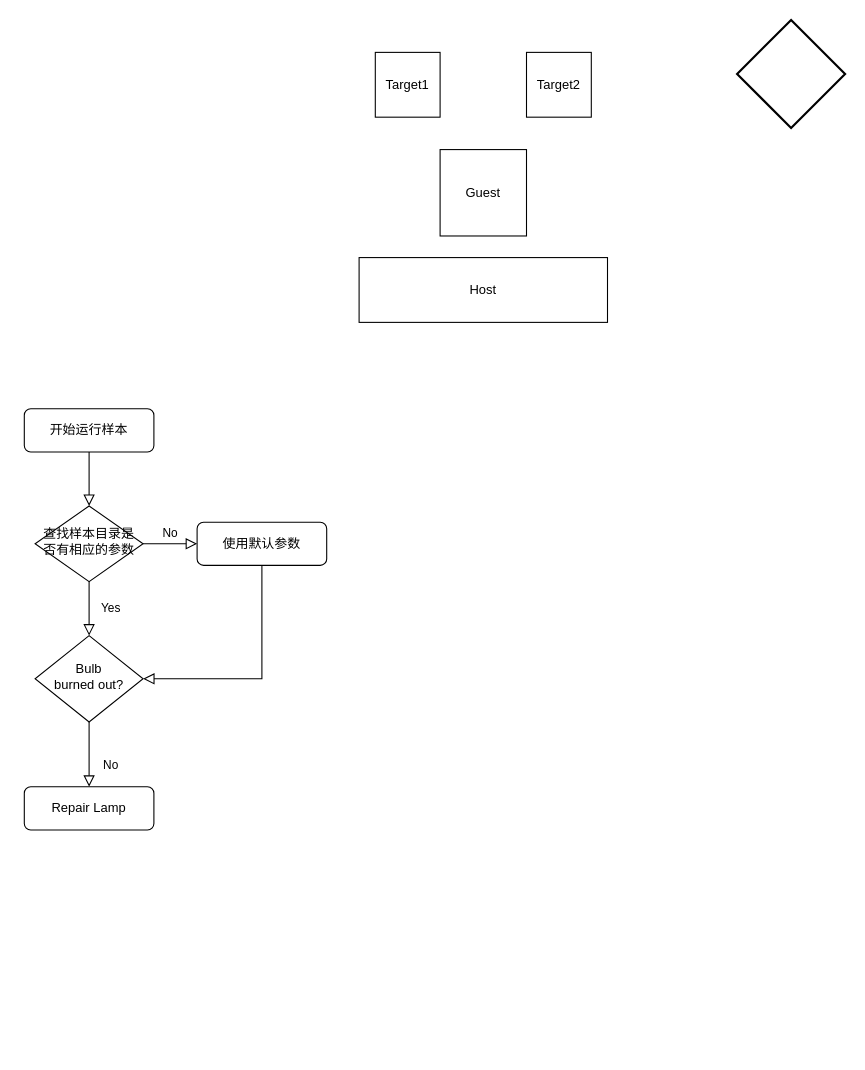
Before: page "Page-1" (1 of 2) of 未命名绘图.drawio in Amber0130/Other, a draw.io diagram. Source tidied: cells renumbered, new cells numbered last; positions are measured from the earlier drawing's top-left corner, leaving out a move shared by most shapes. Both pictures are drawn from the tidied source at 108%, with x=0, y=0 at pixel (24, 19).
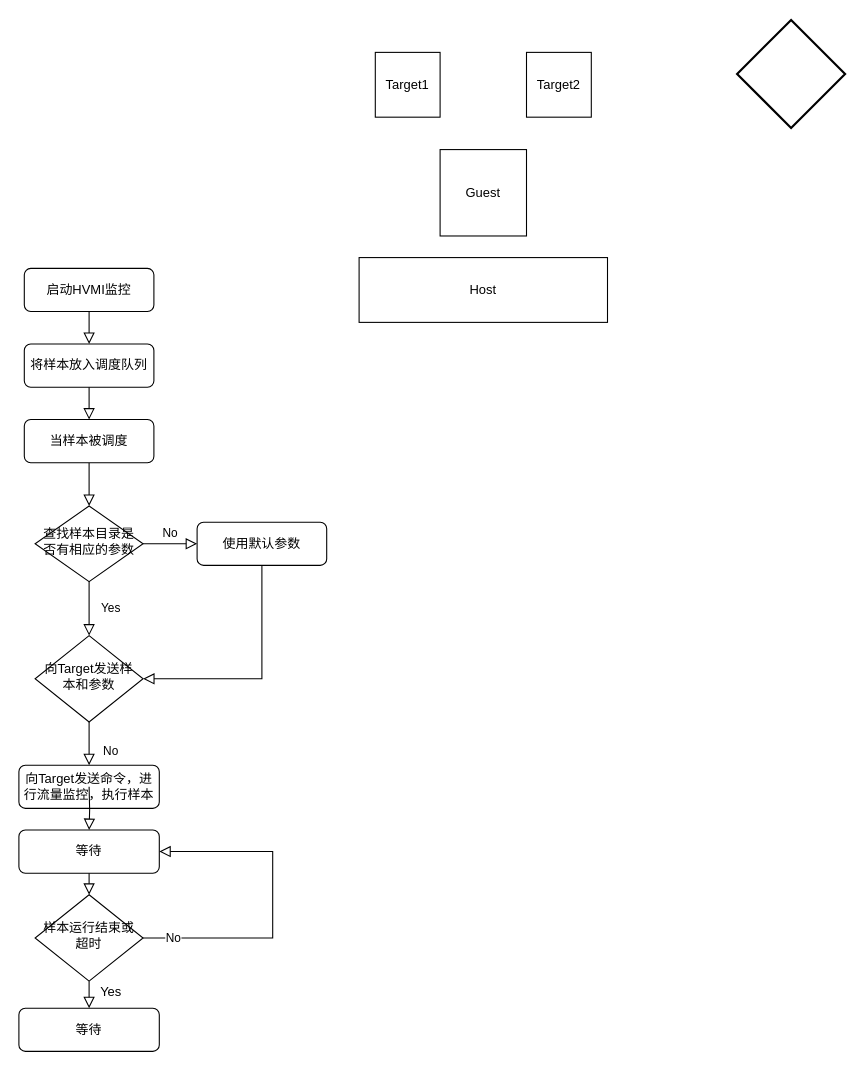
Above is the later version.

Commit message (it also covers changes not shown here):
更新未命名绘图.drawio

The change refers to these unchanged cells:
```xml
<mxCell id="6" value="查找样本目录是否有相应的参数" style="rhombus;whiteSpace=wrap;html=1;shadow=0;fontFamily=Helvetica;fontSize=12;align=center;strokeWidth=1;spacing=6;spacingTop=-4;" parent="1" vertex="1">
  <mxGeometry x="10" y="450" width="100" height="70" as="geometry" />
</mxCell>
```

Change to the diagram source:
```diff
@@
-    <mxCell id="2" style="rounded=0;html=1;jettySize=auto;fontSize=11;endArrow=block;endFill=0;endSize=8;strokeWidth=1;shadow=0;labelBackgroundColor=none;edgeStyle=orthogonalEdgeStyle;" parent="1" edge="1" source="3" target="6">
+    <mxCell id="2" style="rounded=0;html=1;jettySize=auto;fontSize=11;endArrow=block;endFill=0;endSize=8;strokeWidth=1;shadow=0;labelBackgroundColor=none;edgeStyle=orthogonalEdgeStyle;exitX=0.5;exitY=1;exitDx=0;exitDy=0;" parent="1" edge="1" source="19" target="6">
       <mxGeometry relative="1" as="geometry" />
     </mxCell>
-    <mxCell id="3" value="开始运行样本" style="rounded=1;whiteSpace=wrap;html=1;fontSize=12;glass=0;strokeWidth=1;shadow=0;" parent="1" vertex="1">
-      <mxGeometry y="360" width="120" height="40" as="geometry" />
+    <mxCell id="3" value="启动HVMI监控" style="rounded=1;whiteSpace=wrap;html=1;fontSize=12;glass=0;strokeWidth=1;shadow=0;" parent="1" vertex="1">
+      <mxGeometry y="230" width="120" height="40" as="geometry" />
     </mxCell>
@@
-    <mxCell id="9" value="Bulb&lt;br&gt;burned out?" style="rhombus;whiteSpace=wrap;html=1;shadow=0;fontFamily=Helvetica;fontSize=12;align=center;strokeWidth=1;spacing=6;spacingTop=-4;" parent="1" vertex="1">
+    <mxCell id="9" value="向Target发送样本和参数" style="rhombus;whiteSpace=wrap;html=1;shadow=0;fontFamily=Helvetica;fontSize=12;align=center;strokeWidth=1;spacing=6;spacingTop=-4;" parent="1" vertex="1">
       <mxGeometry x="10" y="570" width="100" height="80" as="geometry" />
     </mxCell>
-    <mxCell id="10" value="Repair Lamp" style="rounded=1;whiteSpace=wrap;html=1;fontSize=12;glass=0;strokeWidth=1;shadow=0;" parent="1" vertex="1">
-      <mxGeometry y="710" width="120" height="40" as="geometry" />
+    <mxCell id="10" value="向Target发送命令，进行流量监控，执行样本" style="rounded=1;whiteSpace=wrap;html=1;fontSize=12;glass=0;strokeWidth=1;shadow=0;" parent="1" vertex="1">
+      <mxGeometry x="-5" y="690" width="130" height="40" as="geometry" />
     </mxCell>
@@
+    <mxCell id="17" value="将样本放入调度队列" style="rounded=1;whiteSpace=wrap;html=1;fontSize=12;glass=0;strokeWidth=1;shadow=0;" parent="1" vertex="1">
+      <mxGeometry y="300" width="120" height="40" as="geometry" />
+    </mxCell>
+    <mxCell id="18" style="rounded=0;html=1;jettySize=auto;fontSize=11;endArrow=block;endFill=0;endSize=8;strokeWidth=1;shadow=0;labelBackgroundColor=none;edgeStyle=orthogonalEdgeStyle;exitX=0.5;exitY=1;exitDx=0;exitDy=0;entryX=0.5;entryY=0;entryDx=0;entryDy=0;" parent="1" edge="1" source="3" target="17">
+      <mxGeometry relative="1" as="geometry" />
+    </mxCell>
+    <mxCell id="19" value="当样本被调度" style="rounded=1;whiteSpace=wrap;html=1;fontSize=12;glass=0;strokeWidth=1;shadow=0;" parent="1" vertex="1">
+      <mxGeometry y="370" width="120" height="40" as="geometry" />
+    </mxCell>
+    <mxCell id="20" style="rounded=0;html=1;jettySize=auto;fontSize=11;endArrow=block;endFill=0;endSize=8;strokeWidth=1;shadow=0;labelBackgroundColor=none;edgeStyle=orthogonalEdgeStyle;exitX=0.5;exitY=1;exitDx=0;exitDy=0;entryX=0.5;entryY=0;entryDx=0;entryDy=0;" parent="1" edge="1" source="17" target="19">
+      <mxGeometry relative="1" as="geometry" />
+    </mxCell>
+    <mxCell id="21" value="等待" style="rounded=1;whiteSpace=wrap;html=1;fontSize=12;glass=0;strokeWidth=1;shadow=0;" parent="1" vertex="1">
+      <mxGeometry x="-5" y="750" width="130" height="40" as="geometry" />
+    </mxCell>
+    <mxCell id="22" value="样本运行结束或超时" style="rhombus;whiteSpace=wrap;html=1;shadow=0;fontFamily=Helvetica;fontSize=12;align=center;strokeWidth=1;spacing=6;spacingTop=-4;" parent="1" vertex="1">
+      <mxGeometry x="10" y="810" width="100" height="80" as="geometry" />
+    </mxCell>
+    <mxCell id="23" style="rounded=0;html=1;jettySize=auto;fontSize=11;endArrow=block;endFill=0;endSize=8;strokeWidth=1;shadow=0;labelBackgroundColor=none;edgeStyle=orthogonalEdgeStyle;exitX=0.5;exitY=1;exitDx=0;exitDy=0;" parent="1" edge="1" target="21">
+      <mxGeometry relative="1" as="geometry">
+        <mxPoint x="60" y="710" as="sourcePoint" />
+      </mxGeometry>
+    </mxCell>
+    <mxCell id="24" style="rounded=0;html=1;jettySize=auto;fontSize=11;endArrow=block;endFill=0;endSize=8;strokeWidth=1;shadow=0;labelBackgroundColor=none;edgeStyle=orthogonalEdgeStyle;entryX=0.5;entryY=0;entryDx=0;entryDy=0;" parent="1" edge="1" target="22">
+      <mxGeometry relative="1" as="geometry">
+        <mxPoint x="60" y="790" as="sourcePoint" />
+      </mxGeometry>
+    </mxCell>
+    <mxCell id="25" value="等待" style="rounded=1;whiteSpace=wrap;html=1;fontSize=12;glass=0;strokeWidth=1;shadow=0;" parent="1" vertex="1">
+      <mxGeometry x="-5" y="915" width="130" height="40" as="geometry" />
+    </mxCell>
+    <mxCell id="26" style="rounded=0;html=1;jettySize=auto;fontSize=11;endArrow=block;endFill=0;endSize=8;strokeWidth=1;shadow=0;labelBackgroundColor=none;edgeStyle=orthogonalEdgeStyle;entryX=0.5;entryY=0;entryDx=0;entryDy=0;exitX=0.5;exitY=1;exitDx=0;exitDy=0;" parent="1" edge="1" source="22" target="25">
+      <mxGeometry relative="1" as="geometry" />
+    </mxCell>
+    <mxCell id="27" value="Yes" style="text;html=1;align=center;verticalAlign=middle;strokeColor=none;fillColor=none;" parent="1" vertex="1">
+      <mxGeometry x="60" y="885" width="40" height="30" as="geometry" />
+    </mxCell>
+    <mxCell id="28" style="rounded=0;html=1;jettySize=auto;fontSize=11;endArrow=block;endFill=0;endSize=8;strokeWidth=1;shadow=0;labelBackgroundColor=none;edgeStyle=orthogonalEdgeStyle;exitX=1;exitY=0.5;exitDx=0;exitDy=0;entryX=1;entryY=0.5;entryDx=0;entryDy=0;" parent="1" edge="1" source="22" target="21">
+      <mxGeometry relative="1" as="geometry">
+        <Array as="points">
+          <mxPoint x="230" y="850" />
+          <mxPoint x="230" y="770" />
+        </Array>
+      </mxGeometry>
+    </mxCell>
+    <mxCell id="29" value="No" style="edgeLabel;html=1;align=center;verticalAlign=middle;" parent="28" vertex="1">
+      <mxGeometry x="-0.82" y="1" relative="1" as="geometry" />
+    </mxCell>
```
